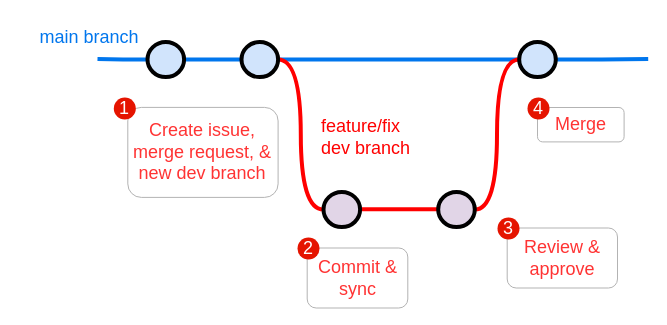
The draw.io diagram docs/assets/git-workflow-simple-light.drawio in bcit-ltc/infrastructure-documentation, before the edit. Source tidied: cells renumbered, new cells numbered last; positions are measured from the earlier drawing's top-left corner, leaving out a move shared by most shapes. Both pictures are drawn from the tidied source at 100%, with x=0, y=0 at pixel (17, 17).
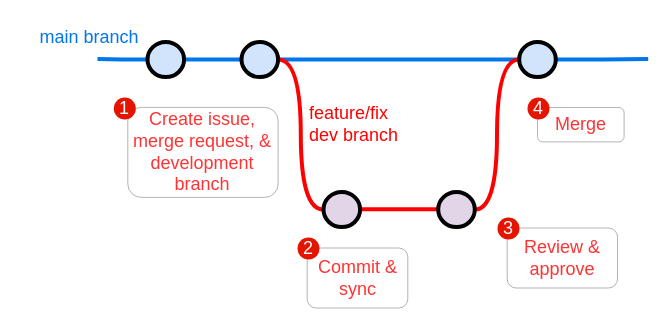
The same diagram, later.

Change to the diagram source:
```diff
@@
     <mxCell id="2" value="&lt;div&gt;&lt;span&gt;feature/fix dev branch&lt;/span&gt;&lt;/div&gt;" style="text;html=1;strokeColor=none;fillColor=none;align=left;verticalAlign=middle;whiteSpace=wrap;overflow=hidden;fontSize=18;fontStyle=0;fontColor=#FF0000;rotation=0;" parent="1" vertex="1">
-      <mxGeometry x="302" y="89.9" width="100" height="60" as="geometry" />
+      <mxGeometry x="289.7" y="77.2" width="100" height="60" as="geometry" />
     </mxCell>
@@
-    <mxCell id="4" value="&lt;span style=&quot;color: rgb(255 , 51 , 51)&quot;&gt;Create issue, merge request, &amp;amp; new dev branch&lt;/span&gt;" style="rounded=1;whiteSpace=wrap;html=1;labelBackgroundColor=none;fontSize=18;fontColor=#FF9933;strokeColor=#B3B3B3;fillColor=none;" parent="1" vertex="1">
+    <mxCell id="4" value="&lt;span style=&quot;color: rgb(255 , 51 , 51)&quot;&gt;Create issue, merge request, &amp;amp; development branch&lt;/span&gt;" style="rounded=1;whiteSpace=wrap;html=1;labelBackgroundColor=none;fontSize=18;fontColor=#FF9933;strokeColor=#B3B3B3;fillColor=none;" parent="1" vertex="1">
       <mxGeometry x="110.3" y="89.9" width="150.3" height="90" as="geometry" />
     </mxCell>
```
